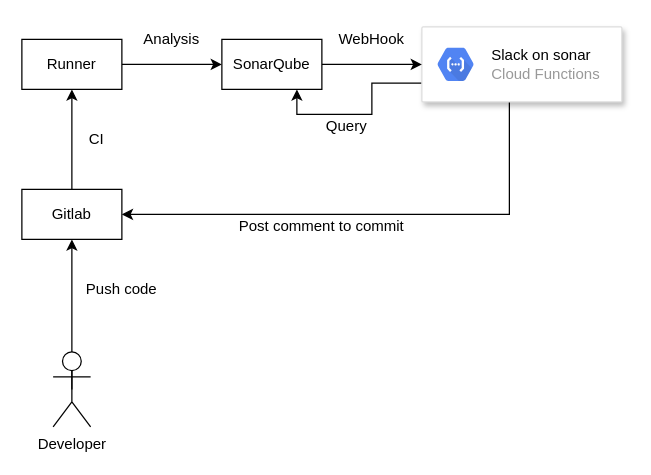
The draw.io diagram docs/SystemArchitecture.drawio in cloud-technology/slack-off-sonar, before the edit. Source tidied: cells renumbered, new cells numbered last; positions are measured from the earlier drawing's top-left corner, leaving out a move shared by most shapes. Both pictures are drawn from the tidied source at 125%, with x=0, y=0 at pixel (21, 26).
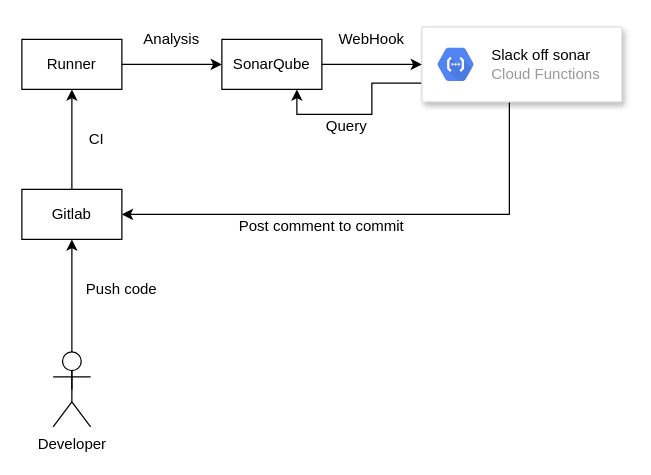
Above is the later version.

The change refers to these unchanged cells:
```xml
<mxCell id="4" style="strokeColor=#dddddd;shadow=1;strokeWidth=1;rounded=1;absoluteArcSize=1;arcSize=2;" parent="1" vertex="1">
  <mxGeometry x="320" width="160" height="60" as="geometry" />
</mxCell>
```

Change to the diagram source:
```diff
@@
-    <mxCell id="5" value="&lt;font color=&quot;#000000&quot;&gt;Slack on sonar&lt;/font&gt;&lt;br&gt;Cloud Functions" style="dashed=0;html=1;fillColor=#5184F3;strokeColor=none;shape=mxgraph.gcp2.hexIcon;prIcon=cloud_functions;labelPosition=right;verticalLabelPosition=middle;align=left;verticalAlign=middle;spacingLeft=5;fontColor=#999999;fontSize=12;" parent="4" vertex="1">
+    <mxCell id="5" value="&lt;font color=&quot;#000000&quot;&gt;Slack off sonar&lt;/font&gt;&lt;br&gt;Cloud Functions" style="dashed=0;html=1;fillColor=#5184F3;strokeColor=none;shape=mxgraph.gcp2.hexIcon;prIcon=cloud_functions;labelPosition=right;verticalLabelPosition=middle;align=left;verticalAlign=middle;spacingLeft=5;fontColor=#999999;fontSize=12;" parent="4" vertex="1">
       <mxGeometry y="0.5" width="44" height="39" relative="1" as="geometry">
         <mxPoint x="5" y="-19.5" as="offset" />
       </mxGeometry>
     </mxCell>
```
